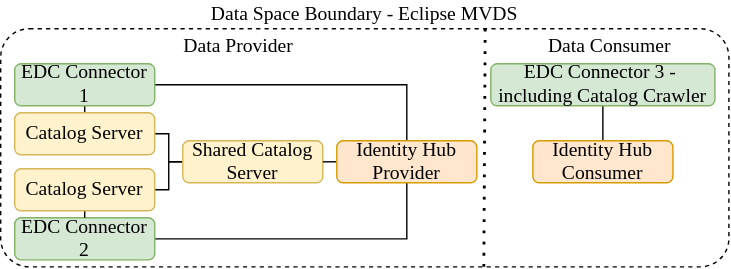
This is img/Eclipse/Eclipse_Components.svg from KristavanZandwijk/MVDS, a draw.io export, as it was before one commit. Source tidied: cells renumbered, new cells last; positions are measured from the earlier drawing's top-left corner, leaving out a move shared by most shapes.
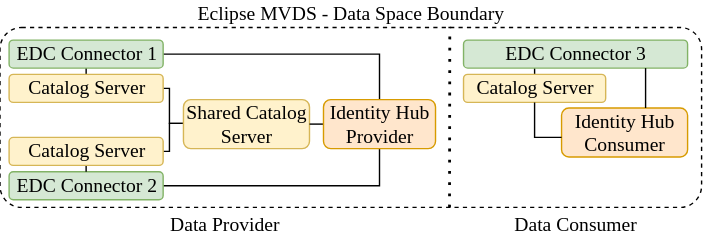
Later version of the same file.

What changed in the source:
```diff
@@ -3,7 +3,7 @@
     <mxCell id="0" />
     <mxCell id="1" parent="0" />
     <mxCell id="2" style="rounded=1;whiteSpace=wrap;html=1;fillColor=none;dashed=1;arcSize=12;fontFamily=Times New Roman;fontSize=14;" parent="1" vertex="1">
-      <mxGeometry y="20" width="520" height="170" as="geometry" />
+      <mxGeometry x="9" y="14.5" width="501" height="128.5" as="geometry" />
     </mxCell>
     <mxCell id="3" style="edgeStyle=orthogonalEdgeStyle;rounded=0;jettySize=auto;html=1;endArrow=none;endFill=0;fontFamily=Times New Roman;fontSize=14;" parent="1" edge="1" source="5" target="9">
       <mxGeometry relative="1" as="geometry" />
@@ -12,82 +12,105 @@
       <mxGeometry relative="1" as="geometry" />
     </mxCell>
     <mxCell id="5" value="EDC Connector 1" style="text;html=1;whiteSpace=wrap;strokeColor=#82b366;fillColor=#d5e8d4;align=center;verticalAlign=middle;rounded=1;fontFamily=Times New Roman;fontSize=14;" parent="1" vertex="1">
-      <mxGeometry x="10" y="45" width="100" height="30" as="geometry" />
+      <mxGeometry x="15.5" y="23.5" width="110" height="20" as="geometry" />
     </mxCell>
     <mxCell id="6" style="edgeStyle=orthogonalEdgeStyle;rounded=0;jettySize=auto;html=1;endArrow=none;endFill=0;fontFamily=Times New Roman;fontSize=14;" parent="1" edge="1" source="7" target="15">
       <mxGeometry relative="1" as="geometry" />
     </mxCell>
     <mxCell id="7" value="EDC Connector 2" style="text;html=1;whiteSpace=wrap;strokeColor=#82b366;fillColor=#d5e8d4;align=center;verticalAlign=middle;rounded=1;fontFamily=Times New Roman;fontSize=14;" parent="1" vertex="1">
-      <mxGeometry x="10" y="155" width="100" height="30" as="geometry" />
+      <mxGeometry x="15.5" y="117.5" width="110" height="20" as="geometry" />
     </mxCell>
-    <mxCell id="8" style="edgeStyle=orthogonalEdgeStyle;rounded=0;jettySize=auto;html=1;endArrow=none;endFill=0;fontFamily=Times New Roman;fontSize=14;" parent="1" edge="1" source="9" target="13">
+    <mxCell id="8" style="edgeStyle=orthogonalEdgeStyle;rounded=0;jettySize=auto;html=1;endArrow=none;endFill=0;fontFamily=Times New Roman;fontSize=14;entryX=0;entryY=0.5;entryDx=0;entryDy=0;" parent="1" edge="1" source="9" target="13">
       <mxGeometry relative="1" as="geometry">
         <Array as="points">
-          <mxPoint x="120" y="95" />
-          <mxPoint x="120" y="115" />
+          <mxPoint x="130" y="58" />
+          <mxPoint x="130" y="83" />
+          <mxPoint x="150" y="83" />
         </Array>
       </mxGeometry>
     </mxCell>
     <mxCell id="9" value="Catalog Server" style="text;html=1;whiteSpace=wrap;strokeColor=#d6b656;fillColor=#fff2cc;align=center;verticalAlign=middle;rounded=1;fontFamily=Times New Roman;fontSize=14;" parent="1" vertex="1">
-      <mxGeometry x="10" y="80" width="100" height="30" as="geometry" />
+      <mxGeometry x="15.5" y="48" width="110" height="20" as="geometry" />
     </mxCell>
     <mxCell id="10" style="edgeStyle=orthogonalEdgeStyle;rounded=0;jettySize=auto;html=1;endArrow=none;endFill=0;fontFamily=Times New Roman;fontSize=14;" parent="1" edge="1" source="12" target="13">
       <mxGeometry relative="1" as="geometry">
         <Array as="points">
-          <mxPoint x="120" y="135" />
-          <mxPoint x="120" y="115" />
+          <mxPoint x="130" y="103" />
+          <mxPoint x="130" y="83" />
         </Array>
       </mxGeometry>
     </mxCell>
-    <mxCell id="11" style="edgeStyle=orthogonalEdgeStyle;rounded=0;jettySize=auto;html=1;endArrow=none;endFill=0;fontFamily=Times New Roman;fontSize=14;" parent="1" edge="1" target="7">
+    <mxCell id="11" style="edgeStyle=orthogonalEdgeStyle;rounded=0;jettySize=auto;html=1;endArrow=none;endFill=0;fontFamily=Times New Roman;fontSize=14;" parent="1" edge="1" source="12" target="7">
       <mxGeometry relative="1" as="geometry">
-        <mxPoint x="60" y="150" as="sourcePoint" />
         <Array as="points">
-          <mxPoint x="60" y="150" />
-          <mxPoint x="60" y="150" />
+          <mxPoint x="70.5" y="128.5" />
+          <mxPoint x="70.5" y="128.5" />
         </Array>
       </mxGeometry>
     </mxCell>
     <mxCell id="12" value="Catalog Server" style="text;html=1;whiteSpace=wrap;strokeColor=#d6b656;fillColor=#fff2cc;align=center;verticalAlign=middle;rounded=1;fontFamily=Times New Roman;fontSize=14;" parent="1" vertex="1">
-      <mxGeometry x="10" y="120" width="100" height="30" as="geometry" />
+      <mxGeometry x="15.5" y="93" width="110" height="20" as="geometry" />
     </mxCell>
     <mxCell id="13" value="Shared Catalog Server" style="text;html=1;whiteSpace=wrap;strokeColor=#d6b656;fillColor=#fff2cc;align=center;verticalAlign=middle;rounded=1;fontFamily=Times New Roman;fontSize=14;" parent="1" vertex="1">
-      <mxGeometry x="130" y="100" width="100" height="30" as="geometry" />
+      <mxGeometry x="140" y="66" width="90" height="35" as="geometry" />
     </mxCell>
     <mxCell id="14" style="edgeStyle=orthogonalEdgeStyle;rounded=0;jettySize=auto;html=1;endArrow=none;endFill=0;fontFamily=Times New Roman;fontSize=14;" parent="1" edge="1" source="15" target="13">
       <mxGeometry relative="1" as="geometry">
         <Array as="points">
-          <mxPoint x="230" y="115" />
-          <mxPoint x="230" y="115" />
+          <mxPoint x="250" y="83" />
+          <mxPoint x="250" y="83" />
         </Array>
       </mxGeometry>
     </mxCell>
     <mxCell id="15" value="Identity Hub Provider" style="text;html=1;whiteSpace=wrap;strokeColor=#d79b00;fillColor=#ffe6cc;align=center;verticalAlign=middle;rounded=1;fontFamily=Times New Roman;fontSize=14;" parent="1" vertex="1">
-      <mxGeometry x="240" y="100" width="100" height="30" as="geometry" />
+      <mxGeometry x="240" y="66" width="80" height="35" as="geometry" />
     </mxCell>
-    <mxCell id="16" style="edgeStyle=orthogonalEdgeStyle;rounded=0;jettySize=auto;html=1;endArrow=none;endFill=0;fontFamily=Times New Roman;fontSize=14;" parent="1" edge="1" source="17" target="18">
-      <mxGeometry relative="1" as="geometry" />
+    <mxCell id="16" style="edgeStyle=orthogonalEdgeStyle;rounded=0;jettySize=auto;html=1;endArrow=none;endFill=0;fontFamily=Times New Roman;fontSize=14;" parent="1" edge="1" source="23" target="18">
+      <mxGeometry relative="1" as="geometry">
+        <Array as="points">
+          <mxPoint x="399.5" y="58.5" />
+          <mxPoint x="399.5" y="58.5" />
+        </Array>
+      </mxGeometry>
     </mxCell>
     <mxCell id="17" value="Identity Hub Consumer" style="text;html=1;whiteSpace=wrap;strokeColor=#d79b00;fillColor=#ffe6cc;align=center;verticalAlign=middle;rounded=1;fontFamily=Times New Roman;fontSize=14;" parent="1" vertex="1">
-      <mxGeometry x="380" y="100" width="100" height="30" as="geometry" />
+      <mxGeometry x="410" y="72" width="90" height="35" as="geometry" />
     </mxCell>
-    <mxCell id="18" value="EDC Connector 3 -&amp;nbsp;&lt;div&gt;including Catalog Crawler&lt;/div&gt;" style="text;html=1;whiteSpace=wrap;strokeColor=#82b366;fillColor=#d5e8d4;align=center;verticalAlign=middle;rounded=1;fontFamily=Times New Roman;fontSize=14;" parent="1" vertex="1">
-      <mxGeometry x="350" y="45" width="160" height="30" as="geometry" />
+    <mxCell id="18" value="EDC Connector 3" style="text;html=1;whiteSpace=wrap;strokeColor=#82b366;fillColor=#d5e8d4;align=center;verticalAlign=middle;rounded=1;fontFamily=Times New Roman;fontSize=14;" parent="1" vertex="1">
+      <mxGeometry x="340" y="23.5" width="160" height="20" as="geometry" />
     </mxCell>
-    <mxCell id="19" value="Data Space Boundary - Eclipse MVDS" style="text;html=1;whiteSpace=wrap;strokeColor=none;fillColor=none;align=center;verticalAlign=middle;rounded=0;fontFamily=Times New Roman;fontSize=14;" parent="1" vertex="1">
-      <mxGeometry width="520" height="20" as="geometry" />
+    <mxCell id="19" value="Eclipse MVDS - Data Space Boundary" style="text;html=1;whiteSpace=wrap;strokeColor=none;fillColor=none;align=center;verticalAlign=middle;rounded=0;fontFamily=Times New Roman;fontSize=14;" parent="1" vertex="1">
+      <mxGeometry x="9" y="-5.5" width="501" height="20" as="geometry" />
     </mxCell>
-    <mxCell id="20" style="endArrow=none;dashed=1;html=1;dashPattern=1 3;strokeWidth=2;rounded=0;entryX=0.649;entryY=1;entryDx=0;entryDy=0;entryPerimeter=0;exitX=0.65;exitY=0.999;exitDx=0;exitDy=0;exitPerimeter=0;fontFamily=Times New Roman;fontSize=14;" parent="1" edge="1">
+    <mxCell id="20" style="endArrow=none;dashed=1;html=1;dashPattern=1 3;strokeWidth=2;rounded=0;fontFamily=Times New Roman;fontSize=14;" parent="1" edge="1">
       <mxGeometry relative="1" as="geometry">
-        <mxPoint x="345" y="190" as="sourcePoint" />
-        <mxPoint x="346" y="15" as="targetPoint" />
+        <mxPoint x="330" y="143" as="sourcePoint" />
+        <mxPoint x="330.2" y="14" as="targetPoint" />
       </mxGeometry>
     </mxCell>
     <mxCell id="21" value="Data Provider" style="text;html=1;whiteSpace=wrap;strokeColor=none;fillColor=none;align=center;verticalAlign=middle;rounded=0;fontFamily=Times New Roman;fontSize=14;" parent="1" vertex="1">
-      <mxGeometry y="20" width="340" height="25" as="geometry" />
+      <mxGeometry x="9" y="143" width="321" height="25" as="geometry" />
     </mxCell>
     <mxCell id="22" value="Data Consumer" style="text;html=1;whiteSpace=wrap;strokeColor=none;fillColor=none;align=center;verticalAlign=middle;rounded=0;fontFamily=Times New Roman;fontSize=14;" parent="1" vertex="1">
-      <mxGeometry x="350" y="20" width="170" height="25" as="geometry" />
+      <mxGeometry x="330" y="143" width="180" height="25" as="geometry" />
     </mxCell>
+    <mxCell id="23" value="Catalog Server" style="text;html=1;whiteSpace=wrap;strokeColor=#d6b656;fillColor=#fff2cc;align=center;verticalAlign=middle;rounded=1;fontFamily=Times New Roman;fontSize=14;" parent="1" vertex="1">
+      <mxGeometry x="340" y="48" width="101.5" height="20" as="geometry" />
+    </mxCell>
+    <mxCell id="24" style="edgeStyle=orthogonalEdgeStyle;rounded=0;jettySize=auto;html=1;endArrow=none;endFill=0;fontFamily=Times New Roman;fontSize=14;" parent="1" edge="1" source="17" target="18">
+      <mxGeometry relative="1" as="geometry">
+        <Array as="points">
+          <mxPoint x="470" y="58" />
+          <mxPoint x="470" y="58" />
+        </Array>
+      </mxGeometry>
+    </mxCell>
+    <mxCell id="25" style="edgeStyle=orthogonalEdgeStyle;rounded=0;jettySize=auto;html=1;endArrow=none;endFill=0;fontFamily=Times New Roman;fontSize=14;" parent="1" edge="1" source="23" target="17">
+      <mxGeometry relative="1" as="geometry">
+        <Array as="points">
+          <mxPoint x="391" y="93" />
+        </Array>
+      </mxGeometry>
+    </mxCell>
   </root>
 </mxGraphModel>
```
